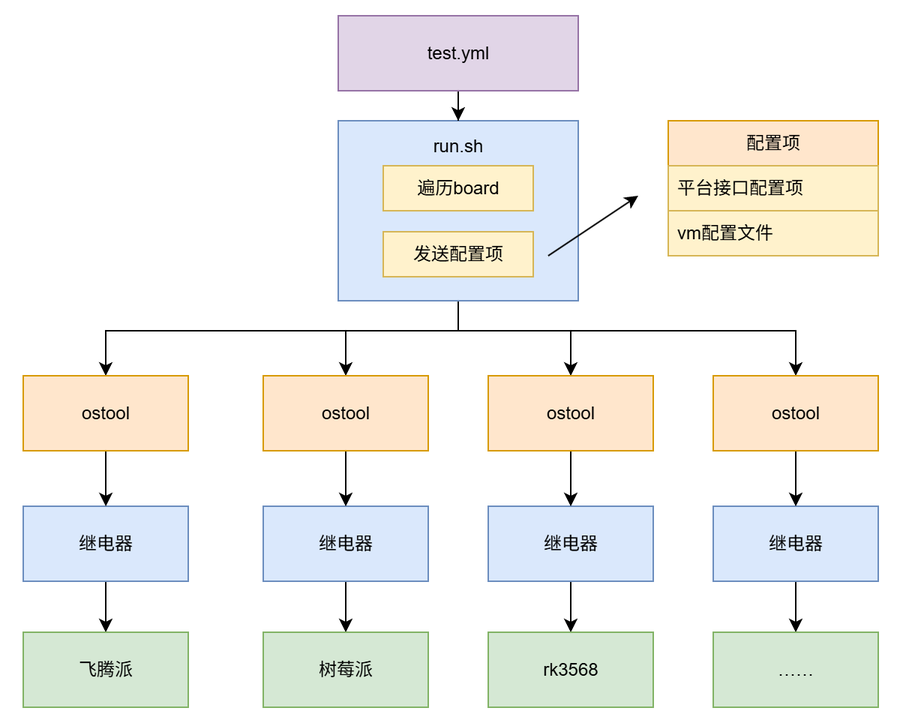
The draw.io diagram img/board_test.png in arceos-hypervisor/axboard_test, before a commit. Source tidied: cells renumbered, new cells last; positions are measured from the earlier drawing's top-left corner, leaving out a move shared by most shapes.
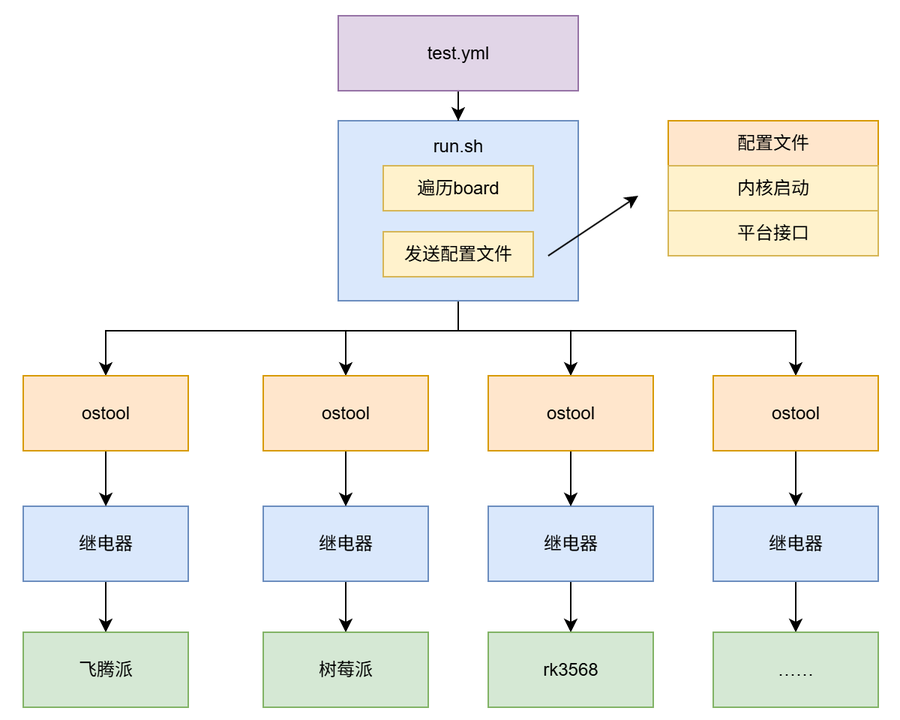
After the commit.

Commit message:
modify send config file

The edit, as a diff of the source:
```diff
@@ -46,13 +46,13 @@
     <mxCell id="9" value="遍历board" style="rounded=0;whiteSpace=wrap;html=1;fillColor=#fff2cc;strokeColor=#d6b656;" parent="1" vertex="1">
       <mxGeometry x="240" y="100" width="100" height="30" as="geometry" />
     </mxCell>
-    <mxCell id="10" value="配置项" style="swimlane;fontStyle=0;horizontal=1;startSize=30;whiteSpace=wrap;html=1;fillColor=#ffe6cc;strokeColor=#d79b00;" parent="1" vertex="1">
+    <mxCell id="10" value="配置文件" style="swimlane;fontStyle=0;horizontal=1;startSize=30;whiteSpace=wrap;html=1;fillColor=#ffe6cc;strokeColor=#d79b00;" parent="1" vertex="1">
       <mxGeometry x="430" y="70" width="140" height="90" as="geometry" />
     </mxCell>
-    <mxCell id="11" value="&lt;font style=&quot;color: rgb(0, 0, 0);&quot;&gt;平台接口配置项&lt;/font&gt;" style="text;strokeColor=#d6b656;fillColor=#fff2cc;align=left;verticalAlign=middle;spacingLeft=4;spacingRight=4;overflow=hidden;whiteSpace=wrap;html=1;" parent="10" vertex="1">
+    <mxCell id="11" value="&lt;font style=&quot;color: rgb(0, 0, 0);&quot;&gt;内核&lt;/font&gt;启动" style="text;strokeColor=#d6b656;fillColor=#fff2cc;align=center;verticalAlign=middle;spacingLeft=4;spacingRight=4;overflow=hidden;whiteSpace=wrap;html=1;" parent="10" vertex="1">
       <mxGeometry y="30" width="140" height="30" as="geometry" />
     </mxCell>
-    <mxCell id="12" value="vm配置文件" style="text;strokeColor=#d6b656;fillColor=#fff2cc;align=left;verticalAlign=middle;spacingLeft=4;spacingRight=4;overflow=hidden;whiteSpace=wrap;html=1;" parent="10" vertex="1">
+    <mxCell id="12" value="平台接口" style="text;strokeColor=#d6b656;fillColor=#fff2cc;align=center;verticalAlign=middle;spacingLeft=4;spacingRight=4;overflow=hidden;whiteSpace=wrap;html=1;" parent="10" vertex="1">
       <mxGeometry y="60" width="140" height="30" as="geometry" />
     </mxCell>
     <mxCell id="13" style="endArrow=classic;html=1;rounded=0;" parent="1" edge="1">
@@ -97,7 +97,7 @@
     <mxCell id="25" value="test.yml" style="rounded=0;whiteSpace=wrap;html=1;fillColor=#e1d5e7;strokeColor=#9673a6;" parent="1" vertex="1">
       <mxGeometry x="210" width="160" height="50" as="geometry" />
     </mxCell>
-    <mxCell id="26" value="发送配置项" style="rounded=0;whiteSpace=wrap;html=1;fillColor=#fff2cc;strokeColor=#d6b656;" parent="1" vertex="1">
+    <mxCell id="26" value="发送配置文件" style="rounded=0;whiteSpace=wrap;html=1;fillColor=#fff2cc;strokeColor=#d6b656;" parent="1" vertex="1">
       <mxGeometry x="240" y="144" width="100" height="30" as="geometry" />
     </mxCell>
     <mxCell id="27" style="edgeStyle=orthogonalEdgeStyle;rounded=0;jettySize=auto;html=1;exitX=0.5;exitY=1;exitDx=0;exitDy=0;" parent="1" edge="1" source="28" target="8">
```
